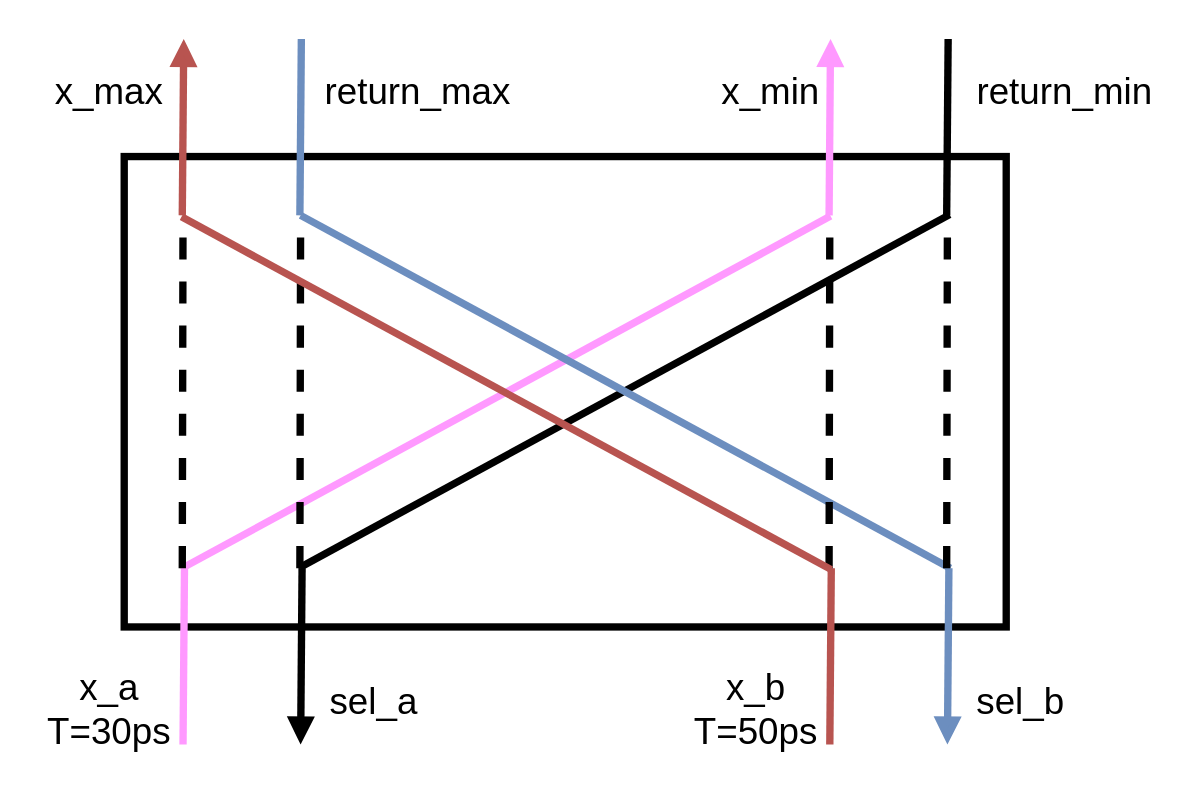
Above: write/figures/comparator.drawio in UM-PCL/biton (draw.io), before the change. Source tidied: cells renumbered, new cells numbered last; positions are measured from the earlier drawing's top-left corner, leaving out a move shared by most shapes. Both pictures are drawn from the tidied source at 147%, with x=0, y=0 at pixel (65, 38).
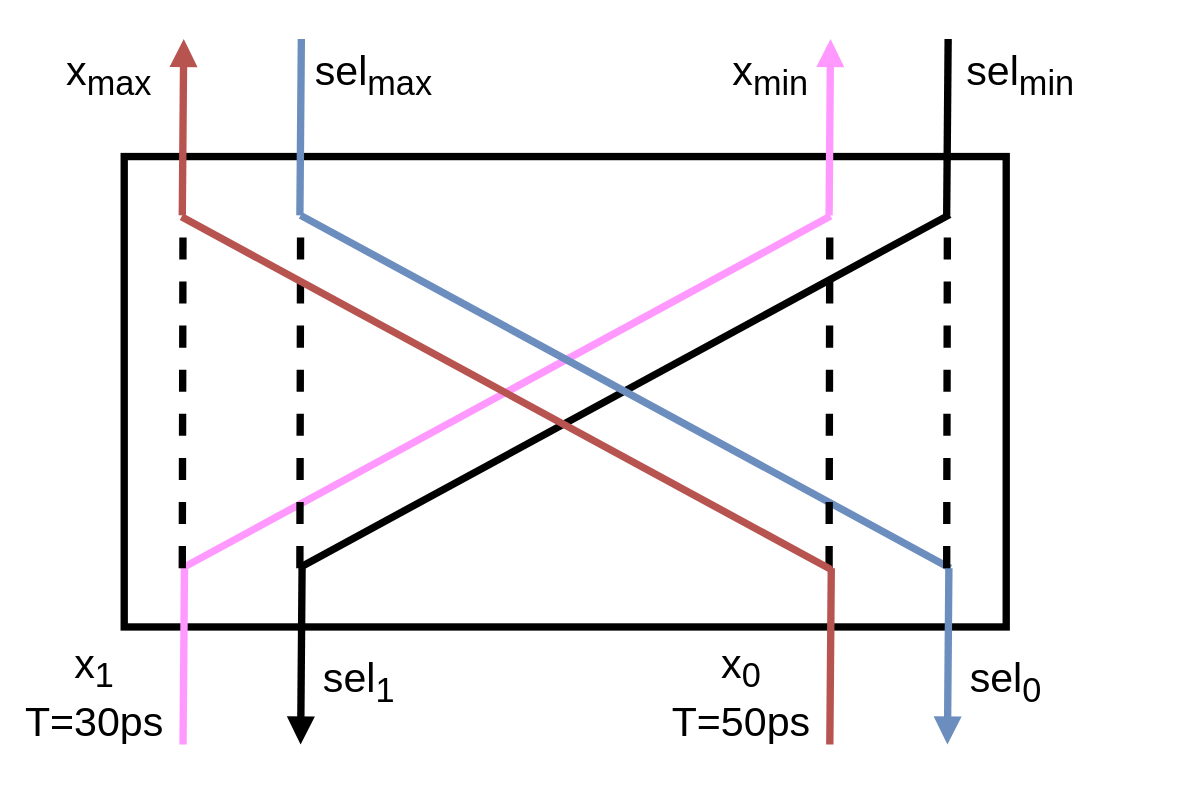
Above is the later version.

Diff of the diagram source:
```diff
@@
-    <mxCell id="18" value="&lt;div style=&quot;font-size: 25px;&quot;&gt;x_a&lt;/div&gt;&lt;div style=&quot;font-size: 25px;&quot;&gt;T=30ps&lt;br style=&quot;font-size: 25px;&quot;&gt;&lt;/div&gt;" style="text;html=1;align=center;verticalAlign=middle;whiteSpace=wrap;rounded=0;fontSize=25;strokeWidth=5;" parent="1" vertex="1">
-      <mxGeometry y="440" width="60" height="30" as="geometry" />
+    <mxCell id="18" value="&lt;div style=&quot;font-size: 28px;&quot;&gt;x&lt;sub&gt;1&lt;/sub&gt;&lt;/div&gt;&lt;div style=&quot;font-size: 28px;&quot;&gt;T=30ps&lt;br style=&quot;font-size: 28px;&quot;&gt;&lt;/div&gt;" style="text;html=1;align=center;verticalAlign=middle;whiteSpace=wrap;rounded=0;fontSize=28;strokeWidth=5;" parent="1" vertex="1">
+      <mxGeometry x="-10" y="430" width="60" height="30" as="geometry" />
     </mxCell>
-    <mxCell id="19" value="&lt;div style=&quot;font-size: 25px;&quot;&gt;sel_a&lt;/div&gt;&lt;div style=&quot;font-size: 25px;&quot;&gt;&lt;br style=&quot;font-size: 25px;&quot;&gt;&lt;/div&gt;" style="text;html=1;align=center;verticalAlign=middle;whiteSpace=wrap;rounded=0;fontSize=25;strokeWidth=5;" parent="1" vertex="1">
-      <mxGeometry x="180" y="450" width="60" height="30" as="geometry" />
+    <mxCell id="19" value="&lt;div style=&quot;font-size: 28px;&quot;&gt;sel&lt;sub&gt;1&lt;/sub&gt;&lt;/div&gt;&lt;div style=&quot;font-size: 28px;&quot;&gt;&lt;br style=&quot;font-size: 28px;&quot;&gt;&lt;/div&gt;" style="text;html=1;align=center;verticalAlign=middle;whiteSpace=wrap;rounded=0;fontSize=28;strokeWidth=5;" parent="1" vertex="1">
+      <mxGeometry x="170" y="440" width="60" height="30" as="geometry" />
     </mxCell>
-    <mxCell id="20" value="&lt;div style=&quot;font-size: 25px;&quot;&gt;x_b&lt;/div&gt;&lt;div style=&quot;font-size: 25px;&quot;&gt;T=50ps&lt;br style=&quot;font-size: 25px;&quot;&gt;&lt;/div&gt;" style="text;html=1;align=center;verticalAlign=middle;whiteSpace=wrap;rounded=0;fontSize=25;strokeWidth=5;" parent="1" vertex="1">
-      <mxGeometry x="440" y="440" width="60" height="30" as="geometry" />
+    <mxCell id="20" value="&lt;div style=&quot;font-size: 28px;&quot;&gt;x&lt;sub&gt;0&lt;/sub&gt;&lt;/div&gt;&lt;div style=&quot;font-size: 28px;&quot;&gt;T=50ps&lt;br style=&quot;font-size: 28px;&quot;&gt;&lt;/div&gt;" style="text;html=1;align=center;verticalAlign=middle;whiteSpace=wrap;rounded=0;fontSize=28;strokeWidth=5;" parent="1" vertex="1">
+      <mxGeometry x="430" y="430" width="60" height="30" as="geometry" />
     </mxCell>
-    <mxCell id="21" value="&lt;div style=&quot;font-size: 25px;&quot;&gt;sel_b&lt;/div&gt;&lt;div style=&quot;font-size: 25px;&quot;&gt;&lt;br style=&quot;font-size: 25px;&quot;&gt;&lt;/div&gt;" style="text;html=1;align=center;verticalAlign=middle;whiteSpace=wrap;rounded=0;fontSize=25;strokeWidth=5;" parent="1" vertex="1">
-      <mxGeometry x="620" y="450" width="60" height="30" as="geometry" />
+    <mxCell id="21" value="&lt;div style=&quot;font-size: 28px;&quot;&gt;sel&lt;sub&gt;0&lt;/sub&gt;&lt;/div&gt;&lt;div style=&quot;font-size: 28px;&quot;&gt;&lt;br style=&quot;font-size: 28px;&quot;&gt;&lt;/div&gt;" style="text;html=1;align=center;verticalAlign=middle;whiteSpace=wrap;rounded=0;fontSize=28;strokeWidth=5;" parent="1" vertex="1">
+      <mxGeometry x="610" y="440" width="60" height="30" as="geometry" />
     </mxCell>
-    <mxCell id="22" value="x_max" style="text;html=1;align=center;verticalAlign=middle;whiteSpace=wrap;rounded=0;fontSize=25;strokeWidth=5;" parent="1" vertex="1">
-      <mxGeometry y="20" width="60" height="30" as="geometry" />
+    <mxCell id="22" value="x&lt;sub&gt;max&lt;/sub&gt;" style="text;html=1;align=center;verticalAlign=middle;whiteSpace=wrap;rounded=0;fontSize=28;strokeWidth=5;" parent="1" vertex="1">
+      <mxGeometry y="10" width="60" height="30" as="geometry" />
     </mxCell>
-    <mxCell id="23" value="&lt;div style=&quot;font-size: 25px;&quot;&gt;return_max&lt;/div&gt;" style="text;html=1;align=center;verticalAlign=middle;whiteSpace=wrap;rounded=0;fontSize=25;strokeWidth=5;" parent="1" vertex="1">
-      <mxGeometry x="210" y="20" width="60" height="30" as="geometry" />
+    <mxCell id="23" value="&lt;div style=&quot;font-size: 28px;&quot;&gt;sel&lt;sub&gt;max&lt;/sub&gt;&lt;/div&gt;" style="text;html=1;align=center;verticalAlign=middle;whiteSpace=wrap;rounded=0;fontSize=28;strokeWidth=5;" parent="1" vertex="1">
+      <mxGeometry x="180" y="10" width="60" height="30" as="geometry" />
     </mxCell>
-    <mxCell id="24" value="x_min" style="text;html=1;align=center;verticalAlign=middle;whiteSpace=wrap;rounded=0;fontSize=25;strokeWidth=5;" parent="1" vertex="1">
-      <mxGeometry x="450" y="20" width="60" height="30" as="geometry" />
+    <mxCell id="24" value="x&lt;sub&gt;min&lt;/sub&gt;" style="text;html=1;align=center;verticalAlign=middle;whiteSpace=wrap;rounded=0;fontSize=28;strokeWidth=5;" parent="1" vertex="1">
+      <mxGeometry x="450" y="10" width="60" height="30" as="geometry" />
     </mxCell>
-    <mxCell id="25" value="return_min" style="text;html=1;align=center;verticalAlign=middle;whiteSpace=wrap;rounded=0;fontSize=25;strokeWidth=5;" parent="1" vertex="1">
-      <mxGeometry x="650" y="20" width="60" height="30" as="geometry" />
+    <mxCell id="25" value="sel&lt;sub&gt;min&lt;/sub&gt;" style="text;html=1;align=center;verticalAlign=middle;whiteSpace=wrap;rounded=0;fontSize=28;strokeWidth=5;" parent="1" vertex="1">
+      <mxGeometry x="620" y="10" width="60" height="30" as="geometry" />
     </mxCell>
```
